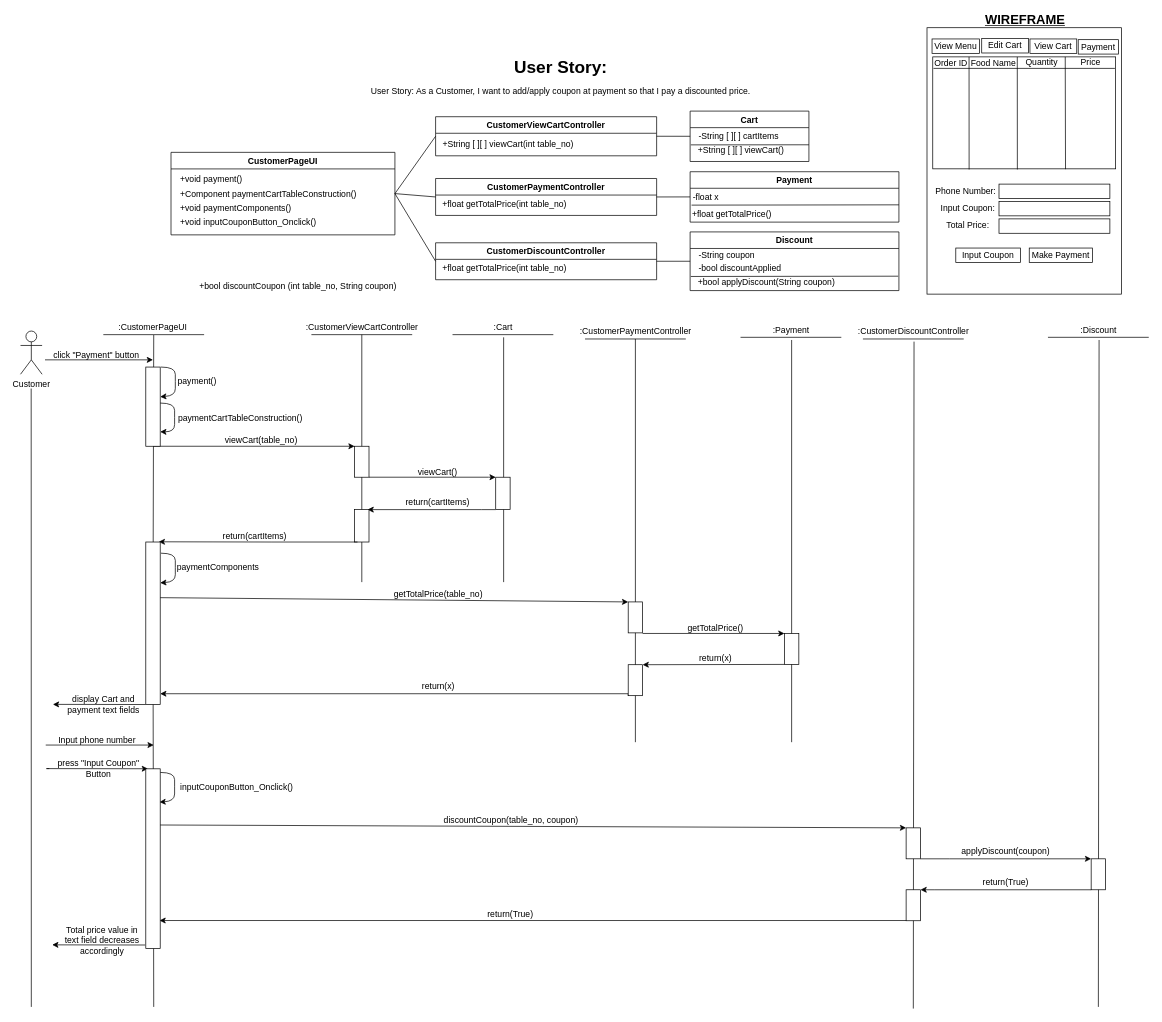
extred5700/JAVAGUI-Restaurant-Table-Order-System keeps this draw.io diagram as BCE_UML_and_Diagrams/Customer/Customer_ApplyDiscount(#425)/UserStory#425_ApplyDiscount.drawio. Above is the earlier version. Source tidied: cells renumbered, new cells numbered last; positions are measured from the earlier drawing's top-left corner, leaving out a move shared by most shapes. Both pictures are drawn from the tidied source at 72%, with x=0, y=0 at pixel (20, 13).
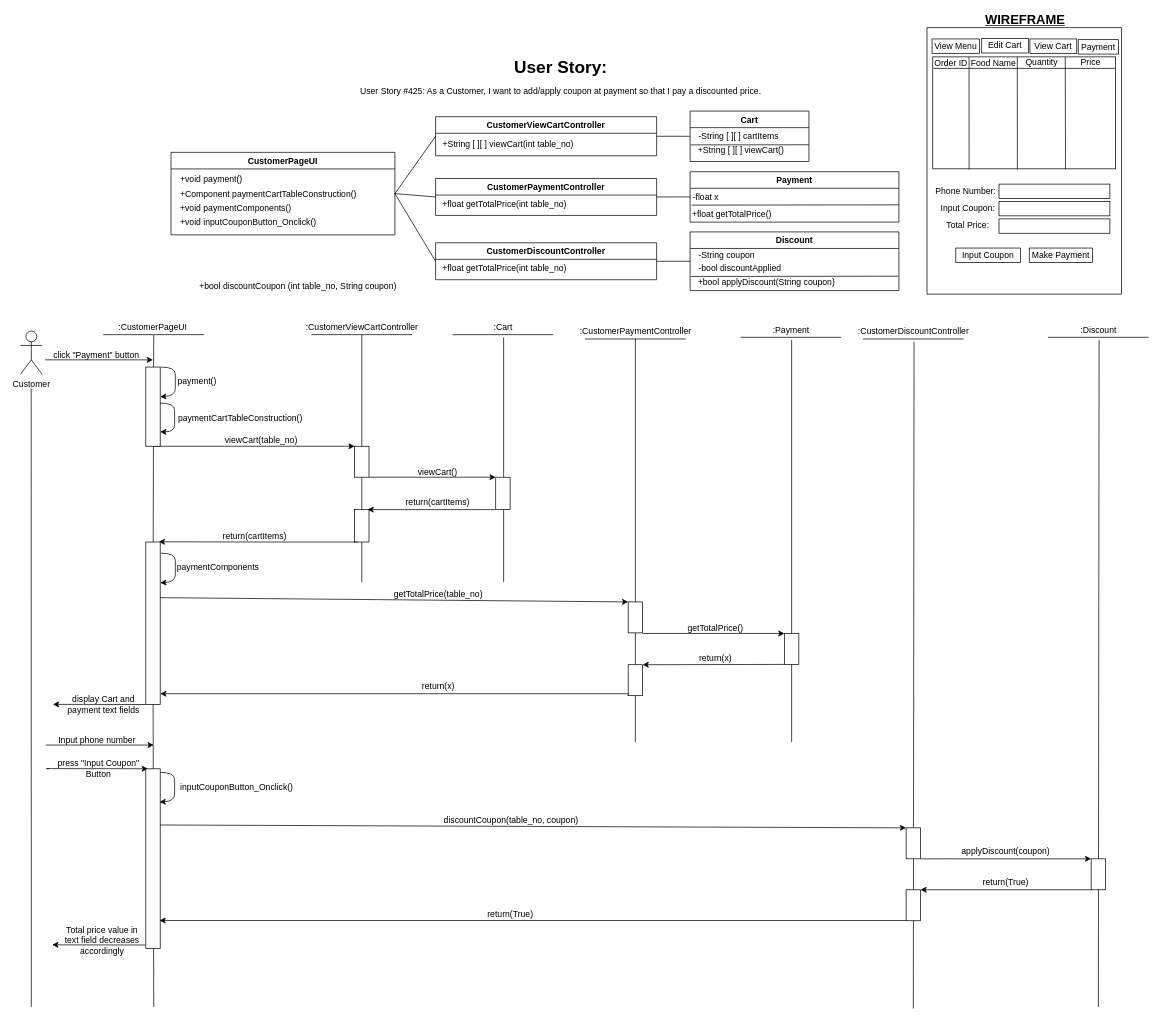
The same page after the edit.

Commit message (it also covers changes not shown here):
Update Missing User Story Numbers

What changed in the source:
```diff
@@
-    <mxCell id="52" value="&lt;h1&gt;User Story:&lt;br&gt;&lt;font style=&quot;font-size: 12px ; font-weight: normal&quot;&gt;User Story: As a Customer, I want to add/apply coupon at payment so that I pay a discounted price.&lt;/font&gt;&lt;/h1&gt;" style="text;html=1;strokeColor=none;fillColor=none;spacing=5;spacingTop=-20;whiteSpace=wrap;overflow=hidden;rounded=0;align=center;" parent="1" vertex="1">
+    <mxCell id="52" value="&lt;h1&gt;User Story:&lt;br&gt;&lt;font style=&quot;font-size: 12px ; font-weight: normal&quot;&gt;User Story #425: As a Customer, I want to add/apply coupon at payment so that I pay a discounted price.&lt;/font&gt;&lt;/h1&gt;" style="text;html=1;strokeColor=none;fillColor=none;spacing=5;spacingTop=-20;whiteSpace=wrap;overflow=hidden;rounded=0;align=center;" parent="1" vertex="1">
       <mxGeometry x="443" y="55" width="615" height="75" as="geometry" />
     </mxCell>
```
